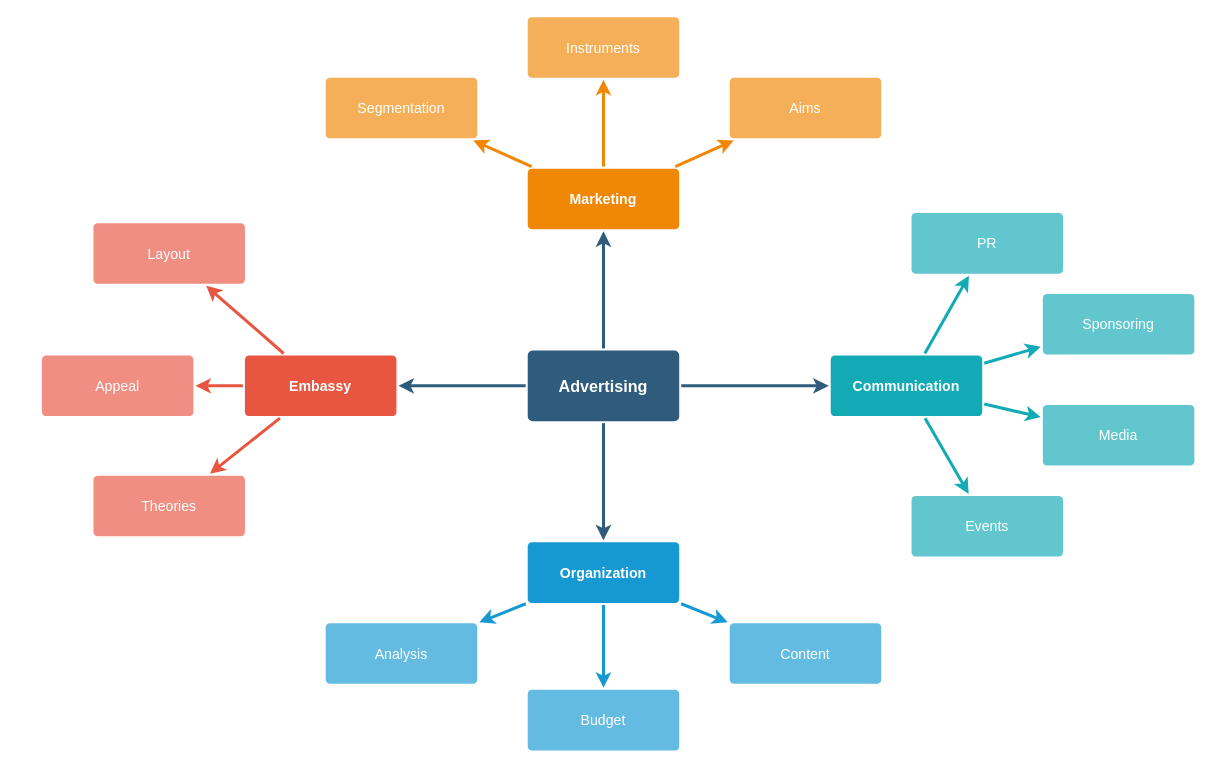
The draw.io diagram Diagrama sin título.drawio in AxelOrtizzz/GcDATA, before the edit. Source tidied: cells renumbered, new cells numbered last; positions are measured from the earlier drawing's top-left corner, leaving out a move shared by most shapes. Both pictures are drawn from the tidied source at 101%, with x=0, y=0 at pixel (41, 16).
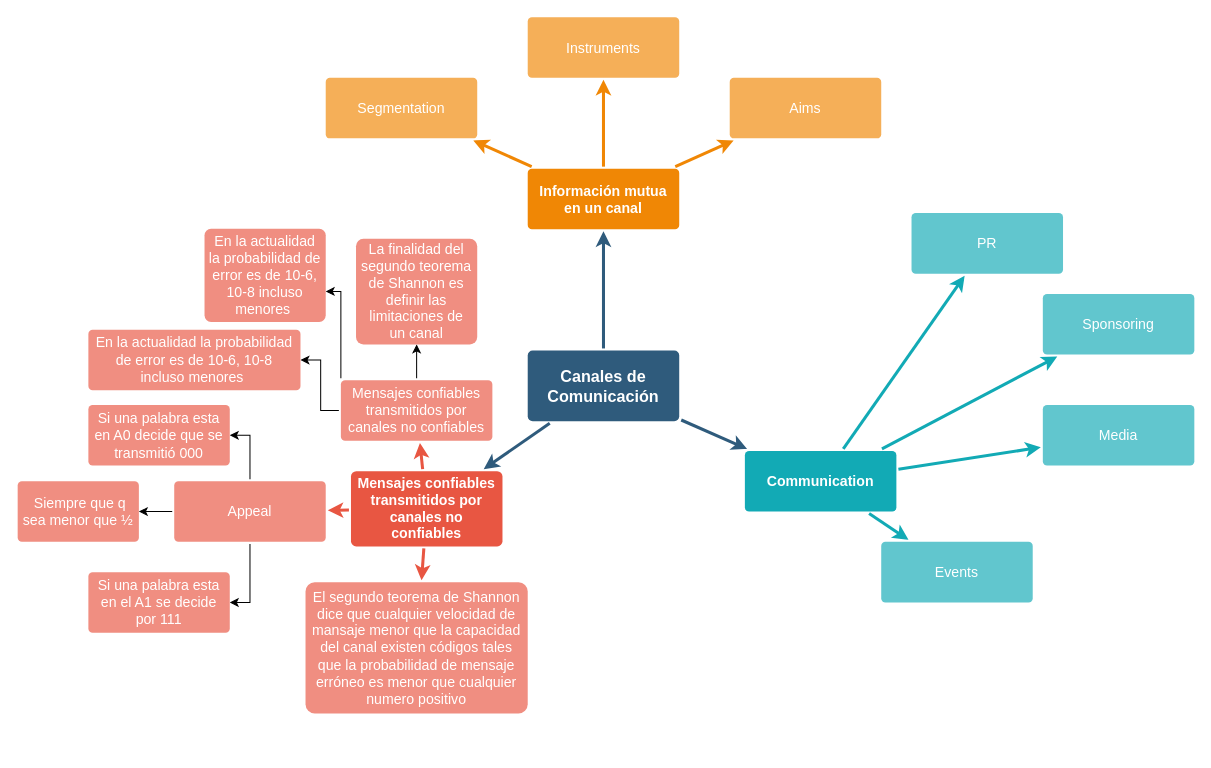
Above is the later version.

Diff of the diagram source:
```diff
@@
-    <mxCell id="4" style="edgeStyle=none;rounded=0;jumpStyle=none;html=1;shadow=0;labelBackgroundColor=none;startArrow=none;startFill=0;endArrow=classic;endFill=1;jettySize=auto;strokeColor=#2F5B7C;strokeWidth=3;fontFamily=Helvetica;fontSize=16;fontColor=#23445D;spacing=5;" parent="1" edge="1" source="6" target="17">
-      <mxGeometry relative="1" as="geometry" />
-    </mxCell>
@@
-    <mxCell id="6" value="Advertising" style="rounded=1;whiteSpace=wrap;html=1;shadow=0;labelBackgroundColor=none;strokeColor=none;strokeWidth=3;fillColor=#2F5B7C;fontFamily=Helvetica;fontSize=16;fontColor=#FFFFFF;align=center;fontStyle=1;spacing=5;arcSize=7;perimeterSpacing=2;" parent="1" vertex="1">
+    <mxCell id="6" value="Canales de Comunicación" style="rounded=1;whiteSpace=wrap;html=1;shadow=0;labelBackgroundColor=none;strokeColor=none;strokeWidth=3;fillColor=#2F5B7C;fontFamily=Helvetica;fontSize=16;fontColor=#FFFFFF;align=center;fontStyle=1;spacing=5;arcSize=7;perimeterSpacing=2;" parent="1" vertex="1">
       <mxGeometry x="481" y="330.5" width="150" height="70" as="geometry" />
     </mxCell>
@@
-    <mxCell id="10" value="Embassy" style="rounded=1;whiteSpace=wrap;html=1;shadow=0;labelBackgroundColor=none;strokeColor=none;strokeWidth=3;fillColor=#e85642;fontFamily=Helvetica;fontSize=14;fontColor=#FFFFFF;align=center;spacing=5;fontStyle=1;arcSize=7;perimeterSpacing=2;" parent="1" vertex="1">
-      <mxGeometry x="201" y="335.5" width="150" height="60" as="geometry" />
+    <mxCell id="10" value="Mensajes confiables transmitidos por canales no confiables" style="rounded=1;whiteSpace=wrap;html=1;shadow=0;labelBackgroundColor=none;strokeColor=none;strokeWidth=3;fillColor=#e85642;fontFamily=Helvetica;fontSize=14;fontColor=#FFFFFF;align=center;spacing=5;fontStyle=1;arcSize=7;perimeterSpacing=2;" parent="1" vertex="1">
+      <mxGeometry x="306" y="450" width="150" height="74.5" as="geometry" />
     </mxCell>
-    <mxCell id="11" value="Theories" style="rounded=1;whiteSpace=wrap;html=1;shadow=0;labelBackgroundColor=none;strokeColor=none;strokeWidth=3;fillColor=#f08e81;fontFamily=Helvetica;fontSize=14;fontColor=#FFFFFF;align=center;spacing=5;fontStyle=0;arcSize=7;perimeterSpacing=2;" parent="1" vertex="1">
-      <mxGeometry x="51" y="454.5" width="150" height="60" as="geometry" />
+    <mxCell id="11" value="El segundo teorema de Shannon dice que cualquier velocidad de mansaje menor que la capacidad del canal existen códigos tales que la probabilidad de mensaje erróneo es menor que cualquier numero positivo" style="rounded=1;whiteSpace=wrap;html=1;shadow=0;labelBackgroundColor=none;strokeColor=none;strokeWidth=3;fillColor=#f08e81;fontFamily=Helvetica;fontSize=14;fontColor=#FFFFFF;align=center;spacing=5;fontStyle=0;arcSize=7;perimeterSpacing=2;" parent="1" vertex="1">
+      <mxGeometry x="261" y="560" width="220" height="130" as="geometry" />
     </mxCell>
+    <mxCell id="37" style="edgeStyle=orthogonalEdgeStyle;rounded=0;jettySize=auto;html=1;entryX=1;entryY=0.5;entryDx=0;entryDy=0;" parent="1" edge="1" source="12" target="46">
+      <mxGeometry relative="1" as="geometry" />
+    </mxCell>
+    <mxCell id="38" style="edgeStyle=orthogonalEdgeStyle;rounded=0;jettySize=auto;html=1;entryX=1;entryY=0.5;entryDx=0;entryDy=0;" parent="1" edge="1" source="12" target="47">
+      <mxGeometry relative="1" as="geometry" />
+    </mxCell>
+    <mxCell id="39" style="edgeStyle=orthogonalEdgeStyle;rounded=0;jettySize=auto;html=1;" parent="1" edge="1" source="12" target="48">
+      <mxGeometry relative="1" as="geometry" />
+    </mxCell>
     <mxCell id="12" value="Appeal" style="rounded=1;whiteSpace=wrap;html=1;shadow=0;labelBackgroundColor=none;strokeColor=none;strokeWidth=3;fillColor=#f08e81;fontFamily=Helvetica;fontSize=14;fontColor=#FFFFFF;align=center;spacing=5;fontStyle=0;arcSize=7;perimeterSpacing=2;" parent="1" vertex="1">
-      <mxGeometry y="335.5" width="150" height="60" as="geometry" />
+      <mxGeometry x="131" y="460" width="150" height="60" as="geometry" />
     </mxCell>
+    <mxCell id="40" style="edgeStyle=orthogonalEdgeStyle;rounded=0;jettySize=auto;html=1;" parent="1" edge="1" source="13" target="43">
+      <mxGeometry relative="1" as="geometry" />
+    </mxCell>
+    <mxCell id="41" style="edgeStyle=orthogonalEdgeStyle;rounded=0;jettySize=auto;html=1;" parent="1" edge="1" source="13" target="44">
+      <mxGeometry relative="1" as="geometry">
+        <Array as="points">
+          <mxPoint x="296" y="272" />
+        </Array>
+      </mxGeometry>
+    </mxCell>
+    <mxCell id="42" style="edgeStyle=orthogonalEdgeStyle;rounded=0;jettySize=auto;html=1;" parent="1" edge="1" source="13" target="45">
+      <mxGeometry relative="1" as="geometry" />
+    </mxCell>
-    <mxCell id="13" value="Layout" style="rounded=1;whiteSpace=wrap;html=1;shadow=0;labelBackgroundColor=none;strokeColor=none;strokeWidth=3;fillColor=#f08e81;fontFamily=Helvetica;fontSize=14;fontColor=#FFFFFF;align=center;spacing=5;fontStyle=0;arcSize=7;perimeterSpacing=2;" parent="1" vertex="1">
-      <mxGeometry x="51" y="204.5" width="150" height="60" as="geometry" />
+    <mxCell id="13" value="Mensajes confiables transmitidos por canales no confiables" style="rounded=1;whiteSpace=wrap;html=1;shadow=0;labelBackgroundColor=none;strokeColor=none;strokeWidth=3;fillColor=#f08e81;fontFamily=Helvetica;fontSize=14;fontColor=#FFFFFF;align=center;spacing=5;fontStyle=0;arcSize=7;perimeterSpacing=2;" parent="1" vertex="1">
+      <mxGeometry x="296" y="360" width="150" height="60" as="geometry" />
     </mxCell>
-    <mxCell id="14" style="edgeStyle=none;rounded=0;jumpStyle=none;html=1;shadow=0;labelBackgroundColor=none;startArrow=none;startFill=0;endArrow=classic;endFill=1;jettySize=auto;strokeColor=#1699D3;strokeWidth=3;fontFamily=Helvetica;fontSize=14;fontColor=#FFFFFF;spacing=5;" parent="1" edge="1" source="17" target="20">
-      <mxGeometry relative="1" as="geometry" />
-    </mxCell>
-    <mxCell id="15" style="edgeStyle=none;rounded=0;jumpStyle=none;html=1;shadow=0;labelBackgroundColor=none;startArrow=none;startFill=0;endArrow=classic;endFill=1;jettySize=auto;strokeColor=#1699D3;strokeWidth=3;fontFamily=Helvetica;fontSize=14;fontColor=#FFFFFF;spacing=5;" parent="1" edge="1" source="17" target="19">
-      <mxGeometry relative="1" as="geometry" />
-    </mxCell>
-    <mxCell id="16" style="edgeStyle=none;rounded=0;jumpStyle=none;html=1;shadow=0;labelBackgroundColor=none;startArrow=none;startFill=0;endArrow=classic;endFill=1;jettySize=auto;strokeColor=#1699D3;strokeWidth=3;fontFamily=Helvetica;fontSize=14;fontColor=#FFFFFF;spacing=5;" parent="1" edge="1" source="17" target="18">
-      <mxGeometry relative="1" as="geometry" />
-    </mxCell>
-    <mxCell id="17" value="Organization" style="rounded=1;whiteSpace=wrap;html=1;shadow=0;labelBackgroundColor=none;strokeColor=none;strokeWidth=3;fillColor=#1699d3;fontFamily=Helvetica;fontSize=14;fontColor=#FFFFFF;align=center;spacing=5;fontStyle=1;arcSize=7;perimeterSpacing=2;" parent="1" vertex="1">
-      <mxGeometry x="481" y="520.5" width="150" height="60" as="geometry" />
-    </mxCell>
-    <mxCell id="18" value="Content" style="rounded=1;whiteSpace=wrap;html=1;shadow=0;labelBackgroundColor=none;strokeColor=none;strokeWidth=3;fillColor=#64bbe2;fontFamily=Helvetica;fontSize=14;fontColor=#FFFFFF;align=center;spacing=5;arcSize=7;perimeterSpacing=2;" parent="1" vertex="1">
-      <mxGeometry x="681" y="600.5" width="150" height="60" as="geometry" />
-    </mxCell>
-    <mxCell id="19" value="Budget" style="rounded=1;whiteSpace=wrap;html=1;shadow=0;labelBackgroundColor=none;strokeColor=none;strokeWidth=3;fillColor=#64bbe2;fontFamily=Helvetica;fontSize=14;fontColor=#FFFFFF;align=center;spacing=5;arcSize=7;perimeterSpacing=2;" parent="1" vertex="1">
-      <mxGeometry x="481" y="666.5" width="150" height="60" as="geometry" />
-    </mxCell>
-    <mxCell id="20" value="Analysis" style="rounded=1;whiteSpace=wrap;html=1;shadow=0;labelBackgroundColor=none;strokeColor=none;strokeWidth=3;fillColor=#64bbe2;fontFamily=Helvetica;fontSize=14;fontColor=#FFFFFF;align=center;spacing=5;arcSize=7;perimeterSpacing=2;" parent="1" vertex="1">
-      <mxGeometry x="281" y="600.5" width="150" height="60" as="geometry" />
-    </mxCell>
-    <mxCell id="21" value="Marketing" style="rounded=1;whiteSpace=wrap;html=1;shadow=0;labelBackgroundColor=none;strokeColor=none;strokeWidth=3;fillColor=#F08705;fontFamily=Helvetica;fontSize=14;fontColor=#FFFFFF;align=center;spacing=5;fontStyle=1;arcSize=7;perimeterSpacing=2;" parent="1" vertex="1">
+    <mxCell id="21" value=" Información mutua en un canal" style="rounded=1;whiteSpace=wrap;html=1;shadow=0;labelBackgroundColor=none;strokeColor=none;strokeWidth=3;fillColor=#F08705;fontFamily=Helvetica;fontSize=14;fontColor=#FFFFFF;align=center;spacing=5;fontStyle=1;arcSize=7;perimeterSpacing=2;" parent="1" vertex="1">
       <mxGeometry x="481" y="150.5" width="150" height="60" as="geometry" />
     </mxCell>
@@
     <mxCell id="28" value="Communication" style="rounded=1;whiteSpace=wrap;html=1;shadow=0;labelBackgroundColor=none;strokeColor=none;strokeWidth=3;fillColor=#12aab5;fontFamily=Helvetica;fontSize=14;fontColor=#FFFFFF;align=center;spacing=5;fontStyle=1;arcSize=7;perimeterSpacing=2;" parent="1" vertex="1">
-      <mxGeometry x="781" y="335.5" width="150" height="60" as="geometry" />
+      <mxGeometry x="696" y="430" width="150" height="60" as="geometry" />
     </mxCell>
     <mxCell id="29" value="Events" style="rounded=1;whiteSpace=wrap;html=1;shadow=0;labelBackgroundColor=none;strokeColor=none;strokeWidth=3;fillColor=#61c6ce;fontFamily=Helvetica;fontSize=14;fontColor=#FFFFFF;align=center;spacing=5;fontStyle=0;arcSize=7;perimeterSpacing=2;" parent="1" vertex="1">
-      <mxGeometry x="861" y="474.5" width="150" height="60" as="geometry" />
+      <mxGeometry x="831" y="520" width="150" height="60" as="geometry" />
     </mxCell>
@@
+    <mxCell id="43" value="La finalidad del segundo teorema de Shannon es definir las limitaciones de un canal" style="whiteSpace=wrap;html=1;fontSize=14;fillColor=#f08e81;strokeColor=none;fontColor=#FFFFFF;rounded=1;shadow=0;labelBackgroundColor=none;strokeWidth=3;spacing=5;fontStyle=0;arcSize=7;" parent="1" vertex="1">
+      <mxGeometry x="311" y="220" width="120" height="104.5" as="geometry" />
+    </mxCell>
+    <mxCell id="44" value="En la actualidad la probabilidad de error es de 10-6, 10-8 incluso menores&amp;nbsp;" style="whiteSpace=wrap;html=1;fontSize=14;fillColor=#f08e81;strokeColor=none;fontColor=#FFFFFF;rounded=1;shadow=0;labelBackgroundColor=none;strokeWidth=3;spacing=5;fontStyle=0;arcSize=7;" parent="1" vertex="1">
+      <mxGeometry x="161" y="210" width="120" height="92.2" as="geometry" />
+    </mxCell>
+    <mxCell id="45" value="En la actualidad la probabilidad de error es de 10-6, 10-8 incluso menores&amp;nbsp;" style="whiteSpace=wrap;html=1;fontSize=14;fillColor=#f08e81;strokeColor=none;fontColor=#FFFFFF;rounded=1;shadow=0;labelBackgroundColor=none;strokeWidth=3;spacing=5;fontStyle=0;arcSize=7;" parent="1" vertex="1">
+      <mxGeometry x="46" y="310" width="210" height="60" as="geometry" />
+    </mxCell>
+    <mxCell id="46" value="Si una palabra esta en A0 decide que se transmitió 000" style="whiteSpace=wrap;html=1;fontSize=14;fillColor=#f08e81;strokeColor=none;fontColor=#FFFFFF;rounded=1;shadow=0;labelBackgroundColor=none;strokeWidth=3;spacing=5;fontStyle=0;arcSize=7;" parent="1" vertex="1">
+      <mxGeometry x="46" y="384.5" width="140" height="60" as="geometry" />
+    </mxCell>
+    <mxCell id="47" value="Si una palabra esta en el A1 se decide por 111" style="whiteSpace=wrap;html=1;fontSize=14;fillColor=#f08e81;strokeColor=none;fontColor=#FFFFFF;rounded=1;shadow=0;labelBackgroundColor=none;strokeWidth=3;spacing=5;fontStyle=0;arcSize=7;" parent="1" vertex="1">
+      <mxGeometry x="46" y="550" width="140" height="60" as="geometry" />
+    </mxCell>
+    <mxCell id="48" value="&amp;nbsp;Siempre que q sea menor que ½" style="whiteSpace=wrap;html=1;fontSize=14;fillColor=#f08e81;strokeColor=none;fontColor=#FFFFFF;rounded=1;shadow=0;labelBackgroundColor=none;strokeWidth=3;spacing=5;fontStyle=0;arcSize=7;" parent="1" vertex="1">
+      <mxGeometry x="-24" y="460" width="120" height="60" as="geometry" />
+    </mxCell>
```
